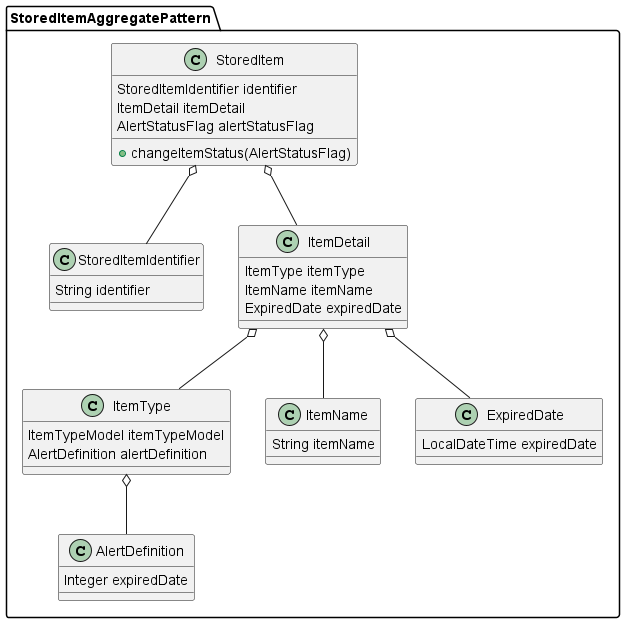
zoeque/limitchecker-spring-boot keeps this PlantUML diagram as doc/images/storedItem.png. Above is the earlier version.
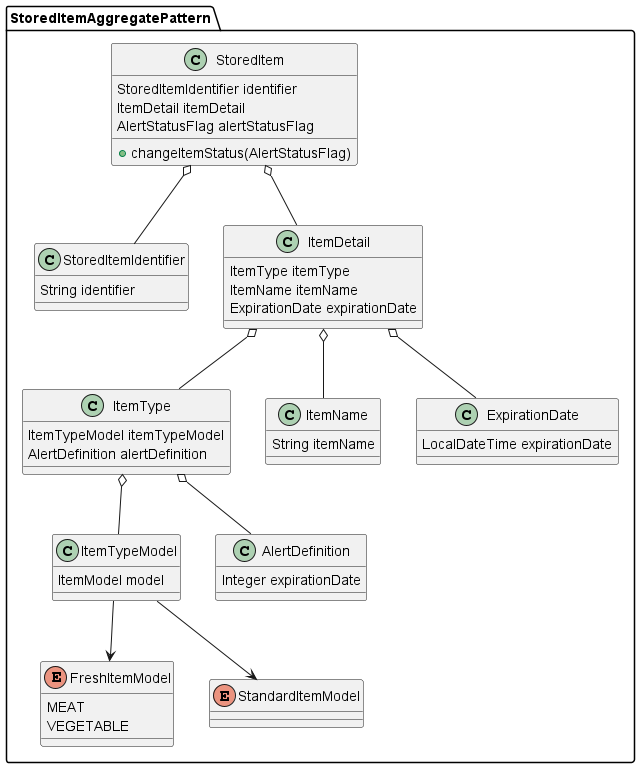
Above is the later version.

Change to the diagram source:
```diff
@@ -12,27 +12,40 @@
   class ItemDetail {
     ItemType itemType
     ItemName itemName
-    ExpiredDate expiredDate
+    ExpirationDate expirationDate
   }
 
   class ItemType {
     ItemTypeModel itemTypeModel
     AlertDefinition alertDefinition
   }
+  class ItemTypeModel {
+    ItemModel model
+  }
+  enum FreshItemModel {
+    MEAT
+    VEGETABLE
+  }
+  enum StandardItemModel
+
   class AlertDefinition {
-    Integer expiredDate
+    Integer expirationDate
   }
   class ItemName {
     String itemName
   }
-  class ExpiredDate {
-    LocalDateTime expiredDate
+  class ExpirationDate {
+    LocalDateTime expirationDate
   }
 }
 StoredItem o-- StoredItemIdentifier
 StoredItem o-- ItemDetail
 ItemDetail o-- ItemName
 ItemDetail o-- ItemType
-ItemDetail o-- ExpiredDate
+ItemDetail o-- ExpirationDate
 ItemType o-- AlertDefinition
+ItemType o-- ItemTypeModel
+ItemTypeModel --> FreshItemModel
+ItemTypeModel --> StandardItemModel
+
 @enduml
```
